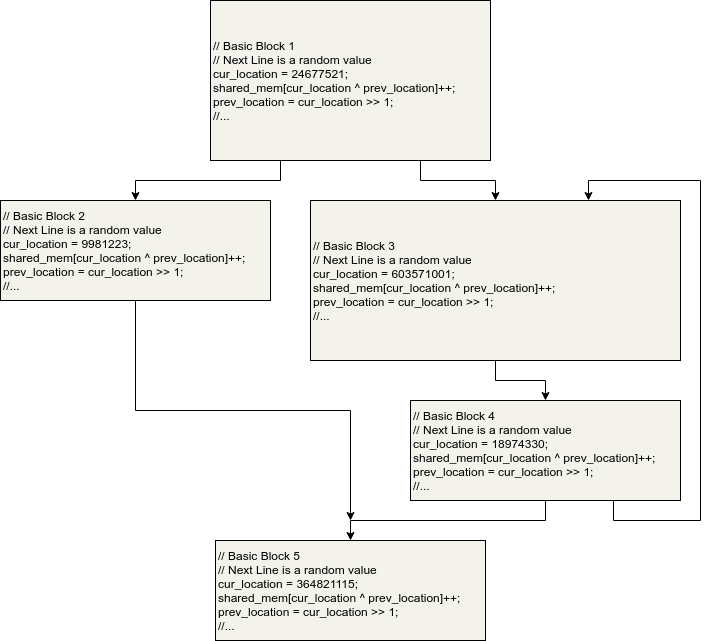
behnamarbab/masterthesis keeps this draw.io diagram as Images/Chapter2/instrumentation.png. Above is the earlier version. Source tidied: cells renumbered, new cells last; positions are measured from the earlier drawing's top-left corner, leaving out a move shared by most shapes.
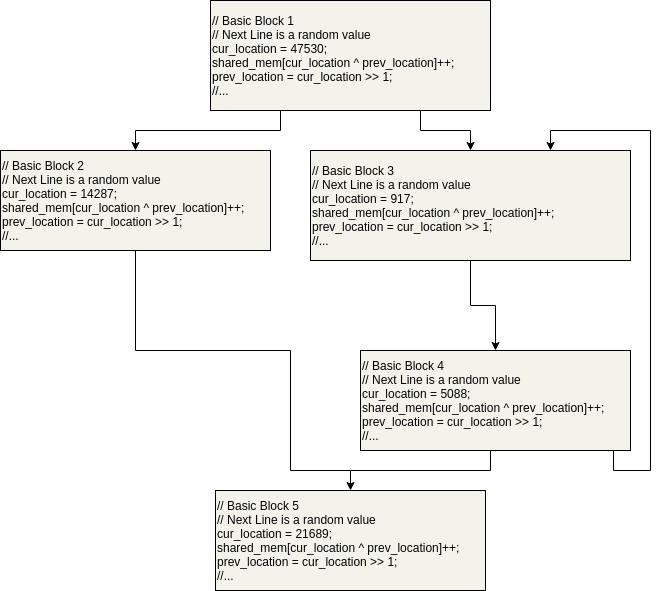
The same diagram one commit later.

Change to the diagram source:
```diff
@@ -8,40 +8,52 @@
     <mxCell id="3" style="edgeStyle=orthogonalEdgeStyle;rounded=0;jettySize=auto;html=1;exitX=0.75;exitY=1;exitDx=0;exitDy=0;" parent="1" edge="1" source="4" target="8">
       <mxGeometry relative="1" as="geometry" />
     </mxCell>
-    <mxCell id="4" value="&lt;span style=&quot;background-color: rgb(243 , 243 , 235)&quot;&gt;// Basic Block 1&lt;br&gt;// Next Line is a random value&lt;br&gt;cur_location = 24677521; &lt;br&gt;shared_mem[cur_location ^ prev_location]++;&lt;br&gt;prev_location = cur_location &amp;gt;&amp;gt; 1;&lt;br&gt;//...&lt;br&gt;&lt;/span&gt;" style="rounded=0;whiteSpace=wrap;html=1;align=left;background-color=rgb(243, 243, 235);fillColor=#f3f3eb;" parent="1" vertex="1">
-      <mxGeometry x="210" width="280" height="160" as="geometry" />
+    <mxCell id="4" value="&lt;span style=&quot;background-color: rgb(243 , 243 , 235)&quot;&gt;&lt;font color=&quot;#030303&quot;&gt;// Basic Block 1&lt;br&gt;// Next Line is a random value&lt;br&gt;cur_location = 47530; &lt;br&gt;shared_mem[cur_location ^ prev_location]++;&lt;br&gt;prev_location = cur_location &amp;gt;&amp;gt; 1;&lt;br&gt;//...&lt;/font&gt;&lt;br&gt;&lt;/span&gt;" style="rounded=0;whiteSpace=wrap;html=1;align=left;background-color=rgb(243, 243, 235);fillColor=#f3f3eb;" parent="1" vertex="1">
+      <mxGeometry x="210" y="50" width="280" height="110" as="geometry" />
     </mxCell>
-    <mxCell id="5" style="edgeStyle=orthogonalEdgeStyle;rounded=0;jettySize=auto;html=1;exitX=0.5;exitY=1;exitDx=0;exitDy=0;" parent="1" edge="1" source="6">
+    <mxCell id="5" style="edgeStyle=orthogonalEdgeStyle;rounded=0;jettySize=auto;html=1;exitX=0.5;exitY=1;exitDx=0;exitDy=0;endArrow=none;endFill=0;" parent="1" edge="1" source="6">
       <mxGeometry relative="1" as="geometry">
         <mxPoint x="350" y="520" as="targetPoint" />
+        <Array as="points">
+          <mxPoint x="135" y="400" />
+          <mxPoint x="290" y="400" />
+          <mxPoint x="290" y="520" />
+        </Array>
       </mxGeometry>
     </mxCell>
-    <mxCell id="6" value="&lt;span style=&quot;background-color: rgb(243 , 243 , 235)&quot;&gt;// Basic Block 2&lt;br&gt;&lt;/span&gt;&lt;span style=&quot;background-color: rgb(243 , 243 , 235)&quot;&gt;// Next Line is a random value&lt;br&gt;&lt;/span&gt;&lt;span style=&quot;background-color: rgb(243 , 243 , 235)&quot;&gt;cur_location = 9981223; &lt;br&gt;shared_mem[cur_location ^ prev_location]++;&lt;br&gt;prev_location = cur_location &amp;gt;&amp;gt; 1;&lt;br&gt;//...&lt;br&gt;&lt;/span&gt;" style="rounded=0;whiteSpace=wrap;html=1;align=left;background-color=rgb(243, 243, 235);fillColor=#f3f3eb;" parent="1" vertex="1">
+    <mxCell id="6" value="&lt;font color=&quot;#030303&quot;&gt;&lt;span style=&quot;background-color: rgb(243 , 243 , 235)&quot;&gt;// Basic Block 2&lt;br&gt;&lt;/span&gt;&lt;span style=&quot;background-color: rgb(243 , 243 , 235)&quot;&gt;// Next Line is a random value&lt;br&gt;&lt;/span&gt;&lt;/font&gt;&lt;span style=&quot;background-color: rgb(243 , 243 , 235)&quot;&gt;&lt;font color=&quot;#030303&quot;&gt;cur_location = 14287; &lt;br&gt;shared_mem[cur_location ^ prev_location]++;&lt;br&gt;prev_location = cur_location &amp;gt;&amp;gt; 1;&lt;br&gt;//...&lt;/font&gt;&lt;br&gt;&lt;/span&gt;" style="rounded=0;whiteSpace=wrap;html=1;align=left;background-color=rgb(243, 243, 235);fillColor=#f3f3eb;" parent="1" vertex="1">
       <mxGeometry y="200" width="270" height="100" as="geometry" />
     </mxCell>
     <mxCell id="7" style="edgeStyle=orthogonalEdgeStyle;rounded=0;jettySize=auto;html=1;exitX=0.5;exitY=1;exitDx=0;exitDy=0;" parent="1" edge="1" source="8" target="11">
       <mxGeometry relative="1" as="geometry" />
     </mxCell>
-    <mxCell id="8" value="&lt;span style=&quot;background-color: rgb(243 , 243 , 235)&quot;&gt;// Basic Block 3&lt;br&gt;&lt;/span&gt;&lt;span style=&quot;background-color: rgb(243 , 243 , 235)&quot;&gt;// Next Line is a random value&lt;/span&gt;&lt;span style=&quot;background-color: rgb(243 , 243 , 235)&quot;&gt;&lt;br&gt;cur_location = 603571001; &lt;br&gt;shared_mem[cur_location ^ prev_location]++;&lt;br&gt;prev_location = cur_location &amp;gt;&amp;gt; 1;&lt;br&gt;//...&lt;br&gt;&lt;/span&gt;" style="rounded=0;whiteSpace=wrap;html=1;align=left;background-color=rgb(243, 243, 235);fillColor=#f3f3eb;" parent="1" vertex="1">
-      <mxGeometry x="310" y="200" width="370" height="160" as="geometry" />
+    <mxCell id="8" value="&lt;font color=&quot;#030303&quot;&gt;&lt;span style=&quot;background-color: rgb(243 , 243 , 235)&quot;&gt;// Basic Block 3&lt;br&gt;&lt;/span&gt;&lt;span style=&quot;background-color: rgb(243 , 243 , 235)&quot;&gt;// Next Line is a random value&lt;/span&gt;&lt;/font&gt;&lt;span style=&quot;background-color: rgb(243 , 243 , 235)&quot;&gt;&lt;font color=&quot;#030303&quot;&gt;&lt;br&gt;cur_location = 917; &lt;br&gt;shared_mem[cur_location ^ prev_location]++;&lt;br&gt;prev_location = cur_location &amp;gt;&amp;gt; 1;&lt;br&gt;//...&lt;/font&gt;&lt;br&gt;&lt;/span&gt;" style="rounded=0;whiteSpace=wrap;html=1;align=left;background-color=rgb(243, 243, 235);fillColor=#f3f3eb;" parent="1" vertex="1">
+      <mxGeometry x="310" y="200" width="320" height="110" as="geometry" />
     </mxCell>
-    <mxCell id="9" style="edgeStyle=orthogonalEdgeStyle;rounded=0;jettySize=auto;html=1;exitX=0.5;exitY=1;exitDx=0;exitDy=0;entryX=0.5;entryY=0;entryDx=0;entryDy=0;" parent="1" edge="1" source="11" target="12">
-      <mxGeometry relative="1" as="geometry" />
+    <mxCell id="9" style="edgeStyle=orthogonalEdgeStyle;rounded=0;jettySize=auto;html=1;exitX=0.25;exitY=1;exitDx=0;exitDy=0;entryX=0.5;entryY=0;entryDx=0;entryDy=0;" parent="1" edge="1" source="11" target="12">
+      <mxGeometry relative="1" as="geometry">
+        <Array as="points">
+          <mxPoint x="490" y="500" />
+          <mxPoint x="490" y="520" />
+          <mxPoint x="350" y="520" />
+        </Array>
+      </mxGeometry>
     </mxCell>
     <mxCell id="10" style="edgeStyle=orthogonalEdgeStyle;rounded=0;jettySize=auto;html=1;exitX=0.75;exitY=1;exitDx=0;exitDy=0;entryX=0.75;entryY=0;entryDx=0;entryDy=0;" parent="1" edge="1" source="11" target="8">
       <mxGeometry relative="1" as="geometry">
         <Array as="points">
+          <mxPoint x="613" y="500" />
           <mxPoint x="613" y="520" />
-          <mxPoint x="700" y="520" />
-          <mxPoint x="700" y="180" />
-          <mxPoint x="588" y="180" />
+          <mxPoint x="650" y="520" />
+          <mxPoint x="650" y="180" />
+          <mxPoint x="550" y="180" />
         </Array>
       </mxGeometry>
     </mxCell>
-    <mxCell id="11" value="&lt;span style=&quot;background-color: rgb(243 , 243 , 235)&quot;&gt;// Basic Block 4&lt;br&gt;&lt;/span&gt;&lt;span style=&quot;background-color: rgb(243 , 243 , 235)&quot;&gt;// Next Line is a random value&lt;/span&gt;&lt;span style=&quot;background-color: rgb(243 , 243 , 235)&quot;&gt;&lt;br&gt;cur_location = 18974330; &lt;br&gt;shared_mem[cur_location ^ prev_location]++;&lt;br&gt;prev_location = cur_location &amp;gt;&amp;gt; 1;&lt;br&gt;//...&lt;br&gt;&lt;/span&gt;" style="rounded=0;whiteSpace=wrap;html=1;align=left;background-color=rgb(243, 243, 235);fillColor=#f3f3eb;" parent="1" vertex="1">
-      <mxGeometry x="410" y="400" width="270" height="100" as="geometry" />
+    <mxCell id="11" value="&lt;font color=&quot;#030303&quot;&gt;&lt;span style=&quot;background-color: rgb(243 , 243 , 235)&quot;&gt;// Basic Block 4&lt;br&gt;&lt;/span&gt;&lt;span style=&quot;background-color: rgb(243 , 243 , 235)&quot;&gt;// Next Line is a random value&lt;/span&gt;&lt;/font&gt;&lt;span style=&quot;background-color: rgb(243 , 243 , 235)&quot;&gt;&lt;font color=&quot;#030303&quot;&gt;&lt;br&gt;cur_location = 5088; &lt;br&gt;shared_mem[cur_location ^ prev_location]++;&lt;br&gt;prev_location = cur_location &amp;gt;&amp;gt; 1;&lt;br&gt;//...&lt;/font&gt;&lt;br&gt;&lt;/span&gt;" style="rounded=0;whiteSpace=wrap;html=1;align=left;background-color=rgb(243, 243, 235);fillColor=#f3f3eb;" parent="1" vertex="1">
+      <mxGeometry x="360" y="400" width="270" height="100" as="geometry" />
     </mxCell>
-    <mxCell id="12" value="&lt;span style=&quot;background-color: rgb(243 , 243 , 235)&quot;&gt;// Basic Block 5&lt;br&gt;&lt;/span&gt;&lt;span style=&quot;background-color: rgb(243 , 243 , 235)&quot;&gt;// Next Line is a random value&lt;/span&gt;&lt;span style=&quot;background-color: rgb(243 , 243 , 235)&quot;&gt;&lt;br&gt;cur_location = 364821115; &lt;br&gt;shared_mem[cur_location ^ prev_location]++;&lt;br&gt;prev_location = cur_location &amp;gt;&amp;gt; 1;&lt;br&gt;//...&lt;br&gt;&lt;/span&gt;" style="rounded=0;whiteSpace=wrap;html=1;align=left;background-color=rgb(243, 243, 235);fillColor=#f3f3eb;" parent="1" vertex="1">
+    <mxCell id="12" value="&lt;font color=&quot;#030303&quot;&gt;&lt;span style=&quot;background-color: rgb(243 , 243 , 235)&quot;&gt;// Basic Block 5&lt;br&gt;&lt;/span&gt;&lt;span style=&quot;background-color: rgb(243 , 243 , 235)&quot;&gt;// Next Line is a random value&lt;/span&gt;&lt;/font&gt;&lt;span style=&quot;background-color: rgb(243 , 243 , 235)&quot;&gt;&lt;font color=&quot;#030303&quot;&gt;&lt;br&gt;cur_location = 21689; &lt;br&gt;shared_mem[cur_location ^ prev_location]++;&lt;br&gt;prev_location = cur_location &amp;gt;&amp;gt; 1;&lt;br&gt;//...&lt;/font&gt;&lt;br&gt;&lt;/span&gt;" style="rounded=0;whiteSpace=wrap;html=1;align=left;background-color=rgb(243, 243, 235);fillColor=#f3f3eb;" parent="1" vertex="1">
       <mxGeometry x="215" y="540" width="270" height="100" as="geometry" />
     </mxCell>
   </root>
```
